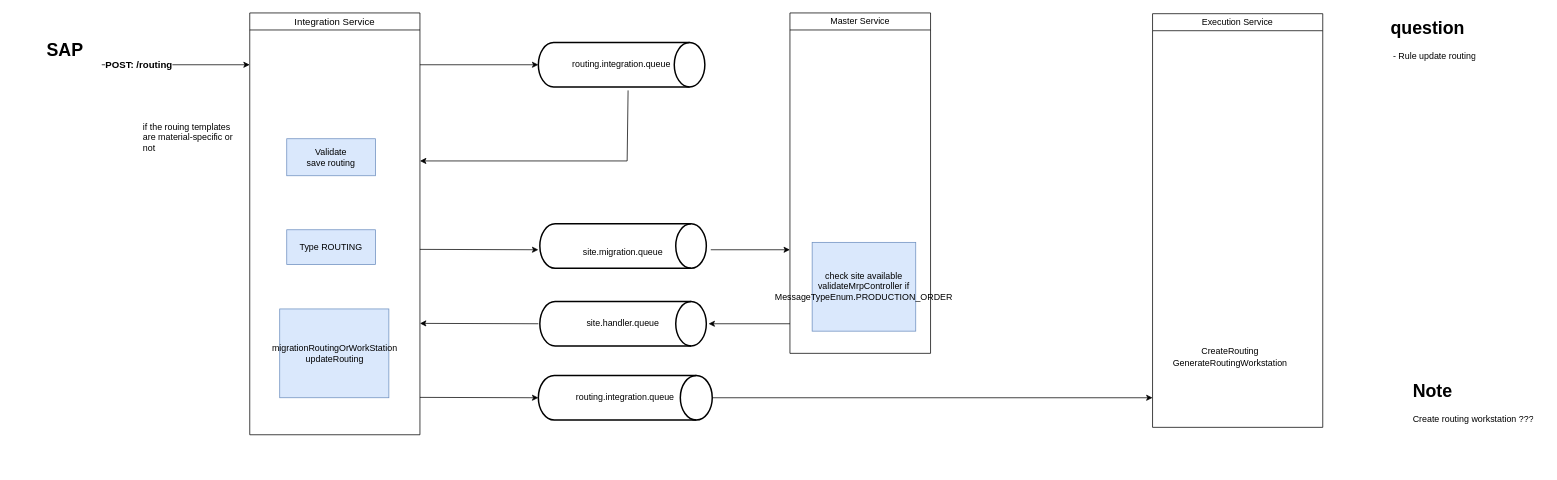
tuankhoi2206/Draft-system-overview keeps this draw.io diagram as page "[GRID] Import Route" (6 of 6) of Realtime.drawio. Above is the earlier version. Source tidied: cells renumbered, new cells numbered last; positions are measured from the earlier drawing's top-left corner, leaving out a move shared by most shapes. Both pictures are drawn from the tidied source at 74%, with x=0, y=0 at pixel (27, 13).
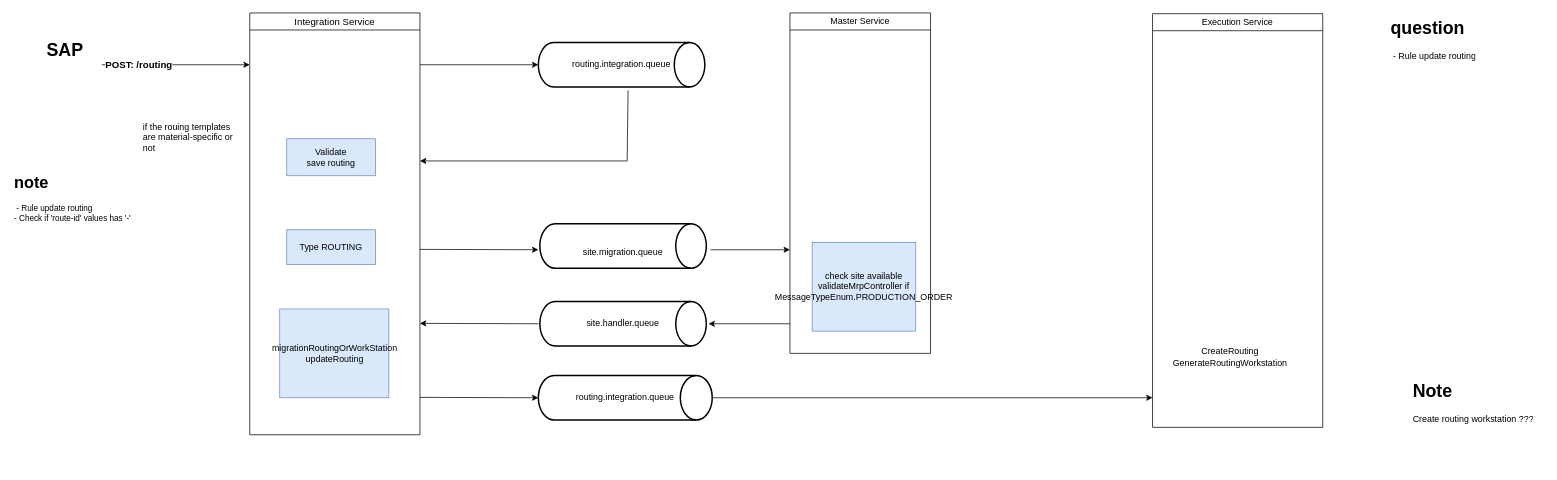
Above is the later version.

Change to the diagram source:
```diff
@@
+    <mxCell id="29" value="&lt;h1 style=&quot;margin-top: 0px;&quot;&gt;note&lt;/h1&gt;&lt;div&gt;&amp;nbsp;- Rule update routing&lt;/div&gt;&lt;div&gt;- Check if 'route-id' values has '-'&lt;/div&gt;" style="text;html=1;whiteSpace=wrap;overflow=hidden;rounded=0;fontSize=11;" parent="1" vertex="1">
+      <mxGeometry x="-20" y="210" width="180" height="120" as="geometry" />
+    </mxCell>
```
